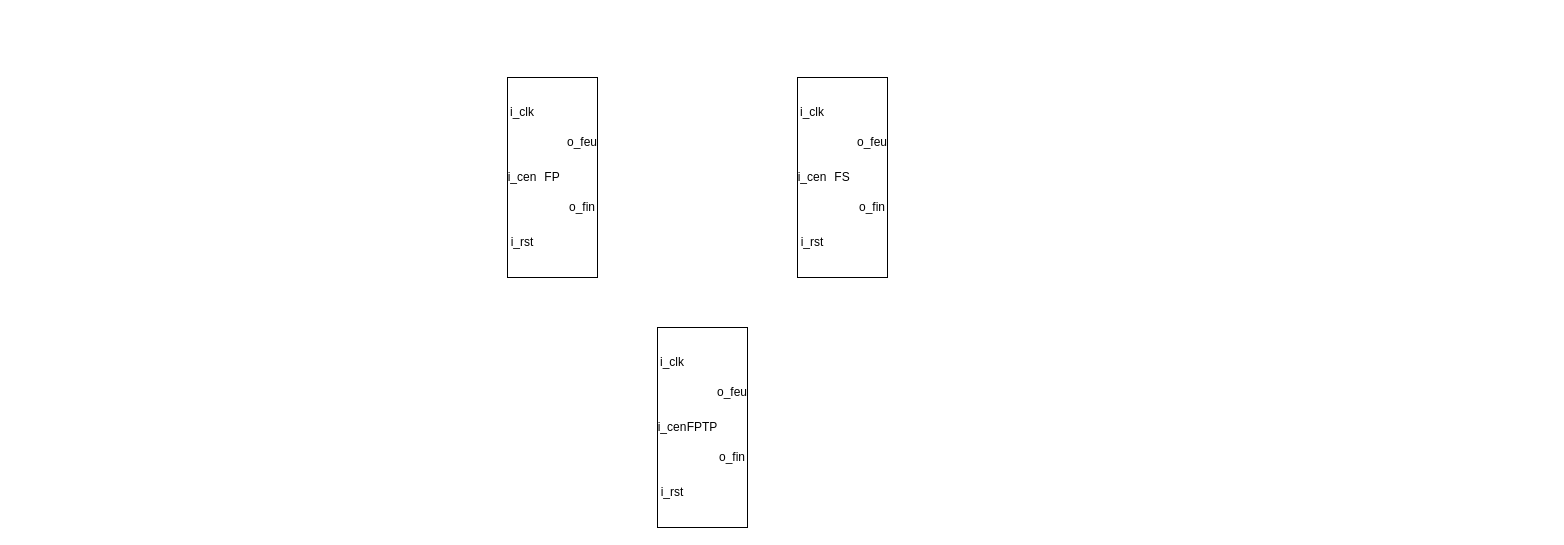
This is RTL_MEF.drawio from JamesFullum/ELE739, a draw.io file, before an edit. Source tidied: cells renumbered, new cells numbered last; positions are measured from the earlier drawing's top-left corner, leaving out a move shared by most shapes. Both pictures are drawn from the tidied source at 100%, with x=0, y=0 at pixel (507, 77).
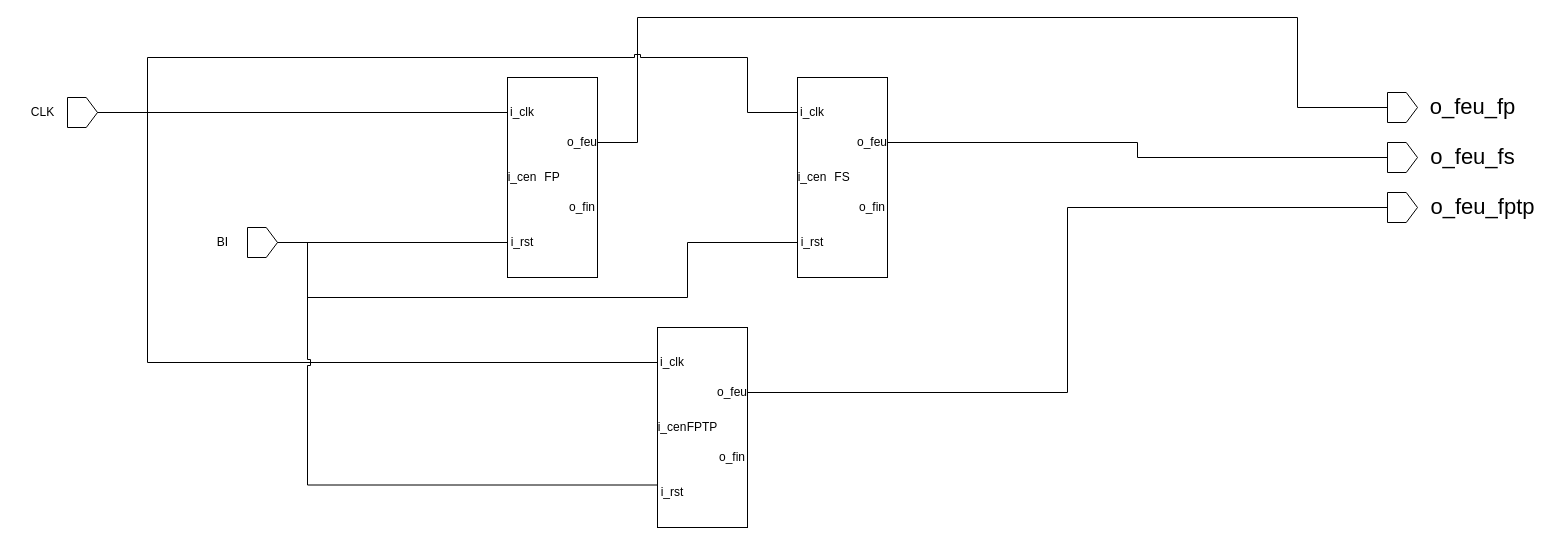
The same page after the edit.

The change refers to these unchanged cells:
```xml
<mxCell id="3" value="i_clk" style="text;html=1;strokeColor=none;fillColor=none;align=center;verticalAlign=middle;whiteSpace=wrap;rounded=0;" parent="1" vertex="1">
  <mxGeometry y="20" width="30" height="30" as="geometry" />
</mxCell>
<mxCell id="5" value="i_rst" style="text;html=1;strokeColor=none;fillColor=none;align=center;verticalAlign=middle;whiteSpace=wrap;rounded=0;" parent="1" vertex="1">
  <mxGeometry y="150" width="30" height="30" as="geometry" />
</mxCell>
<mxCell id="6" value="o_feu" style="text;html=1;strokeColor=none;fillColor=none;align=center;verticalAlign=middle;whiteSpace=wrap;rounded=0;" parent="1" vertex="1">
  <mxGeometry x="60" y="50" width="30" height="30" as="geometry" />
</mxCell>
<mxCell id="9" value="i_clk" style="text;html=1;strokeColor=none;fillColor=none;align=center;verticalAlign=middle;whiteSpace=wrap;rounded=0;" parent="1" vertex="1">
  <mxGeometry x="290" y="20" width="30" height="30" as="geometry" />
</mxCell>
<mxCell id="11" value="i_rst" style="text;html=1;strokeColor=none;fillColor=none;align=center;verticalAlign=middle;whiteSpace=wrap;rounded=0;" parent="1" vertex="1">
  <mxGeometry x="290" y="150" width="30" height="30" as="geometry" />
</mxCell>
<mxCell id="12" value="o_feu" style="text;html=1;strokeColor=none;fillColor=none;align=center;verticalAlign=middle;whiteSpace=wrap;rounded=0;" parent="1" vertex="1">
  <mxGeometry x="350" y="50" width="30" height="30" as="geometry" />
</mxCell>
<mxCell id="15" value="i_clk" style="text;html=1;strokeColor=none;fillColor=none;align=center;verticalAlign=middle;whiteSpace=wrap;rounded=0;" parent="1" vertex="1">
  <mxGeometry x="150" y="270" width="30" height="30" as="geometry" />
</mxCell>
<mxCell id="17" value="i_rst" style="text;html=1;strokeColor=none;fillColor=none;align=center;verticalAlign=middle;whiteSpace=wrap;rounded=0;" parent="1" vertex="1">
  <mxGeometry x="150" y="400" width="30" height="30" as="geometry" />
</mxCell>
<mxCell id="18" value="o_feu" style="text;html=1;strokeColor=none;fillColor=none;align=center;verticalAlign=middle;whiteSpace=wrap;rounded=0;" parent="1" vertex="1">
  <mxGeometry x="210" y="300" width="30" height="30" as="geometry" />
</mxCell>
```

Diff of the diagram source:
```diff
@@
+    <mxCell id="20" style="edgeStyle=orthogonalEdgeStyle;rounded=0;jettySize=auto;html=1;exitX=0;exitY=0.5;exitDx=0;exitDy=0;entryX=0.5;entryY=1;entryDx=0;entryDy=0;endArrow=none;endFill=0;" parent="1" edge="1" source="3" target="27">
+      <mxGeometry relative="1" as="geometry" />
+    </mxCell>
@@
+    <mxCell id="21" style="edgeStyle=orthogonalEdgeStyle;jettySize=auto;html=1;exitX=1;exitY=0.5;exitDx=0;exitDy=0;entryX=0.5;entryY=0;entryDx=0;entryDy=0;rounded=0;curved=0;jumpStyle=sharp;endArrow=none;endFill=0;" parent="1" edge="1" source="6" target="32">
+      <mxGeometry relative="1" as="geometry">
+        <Array as="points">
+          <mxPoint x="130" y="65" />
+          <mxPoint x="130" y="-60" />
+          <mxPoint x="790" y="-60" />
+          <mxPoint x="790" y="30" />
+        </Array>
+      </mxGeometry>
+    </mxCell>
@@
+    <mxCell id="22" style="edgeStyle=orthogonalEdgeStyle;rounded=0;jettySize=auto;html=1;exitX=0;exitY=0.5;exitDx=0;exitDy=0;entryX=0.5;entryY=1;entryDx=0;entryDy=0;endArrow=none;endFill=0;jumpStyle=sharp;" parent="1" edge="1" source="9" target="27">
+      <mxGeometry relative="1" as="geometry">
+        <Array as="points">
+          <mxPoint x="240" y="35" />
+          <mxPoint x="240" y="-20" />
+          <mxPoint x="-360" y="-20" />
+          <mxPoint x="-360" y="35" />
+        </Array>
+      </mxGeometry>
+    </mxCell>
@@
+    <mxCell id="23" style="edgeStyle=orthogonalEdgeStyle;rounded=0;jettySize=auto;html=1;exitX=0;exitY=0.5;exitDx=0;exitDy=0;entryX=0.5;entryY=1;entryDx=0;entryDy=0;endArrow=none;endFill=0;" parent="1" edge="1" source="11" target="30">
+      <mxGeometry relative="1" as="geometry">
+        <Array as="points">
+          <mxPoint x="180" y="165" />
+          <mxPoint x="180" y="220" />
+          <mxPoint x="-200" y="220" />
+          <mxPoint x="-200" y="165" />
+        </Array>
+      </mxGeometry>
+    </mxCell>
@@
+    <mxCell id="24" style="edgeStyle=orthogonalEdgeStyle;jettySize=auto;html=1;exitX=1;exitY=0.5;exitDx=0;exitDy=0;entryX=0.5;entryY=0;entryDx=0;entryDy=0;rounded=0;curved=0;endArrow=none;endFill=0;" parent="1" edge="1" source="12" target="34">
+      <mxGeometry relative="1" as="geometry" />
+    </mxCell>
@@
+    <mxCell id="25" style="edgeStyle=orthogonalEdgeStyle;rounded=0;jettySize=auto;html=1;exitX=0;exitY=0.5;exitDx=0;exitDy=0;entryX=0.5;entryY=1;entryDx=0;entryDy=0;endArrow=none;endFill=0;" parent="1" edge="1" source="15" target="27">
+      <mxGeometry relative="1" as="geometry">
+        <Array as="points">
+          <mxPoint x="-360" y="285" />
+          <mxPoint x="-360" y="35" />
+        </Array>
+      </mxGeometry>
+    </mxCell>
@@
+    <mxCell id="26" style="edgeStyle=orthogonalEdgeStyle;rounded=0;jettySize=auto;html=1;exitX=0;exitY=0.25;exitDx=0;exitDy=0;entryX=0.5;entryY=1;entryDx=0;entryDy=0;endArrow=none;endFill=0;jumpStyle=sharp;" parent="1" edge="1" source="17" target="30">
+      <mxGeometry relative="1" as="geometry">
+        <Array as="points">
+          <mxPoint x="-200" y="408" />
+          <mxPoint x="-200" y="165" />
+        </Array>
+      </mxGeometry>
+    </mxCell>
@@
+    <mxCell id="27" value="&lt;p style=&quot;line-height: 120%;&quot;&gt;&lt;br&gt;&lt;/p&gt;&lt;p style=&quot;line-height: 120%;&quot;&gt;&lt;br&gt;&lt;/p&gt;" style="shape=offPageConnector;whiteSpace=wrap;html=1;rotation=-90;rounded=0;" parent="1" vertex="1">
+      <mxGeometry x="-440" y="20" width="30" height="30" as="geometry" />
+    </mxCell>
+    <mxCell id="28" value="CLK" style="text;html=1;align=center;verticalAlign=middle;strokeColor=none;fillColor=none;rounded=0;" parent="1" vertex="1">
+      <mxGeometry x="-490" y="20" width="50" height="30" as="geometry" />
+    </mxCell>
+    <mxCell id="29" style="edgeStyle=orthogonalEdgeStyle;rounded=0;jettySize=auto;html=1;exitX=0.5;exitY=1;exitDx=0;exitDy=0;entryX=0;entryY=0.5;entryDx=0;entryDy=0;endArrow=none;endFill=0;" parent="1" edge="1" source="30" target="5">
+      <mxGeometry relative="1" as="geometry" />
+    </mxCell>
+    <mxCell id="30" value="&lt;p style=&quot;line-height: 120%;&quot;&gt;&lt;br&gt;&lt;/p&gt;&lt;p style=&quot;line-height: 120%;&quot;&gt;&lt;br&gt;&lt;/p&gt;" style="shape=offPageConnector;whiteSpace=wrap;html=1;rotation=-90;rounded=0;" parent="1" vertex="1">
+      <mxGeometry x="-260" y="150" width="30" height="30" as="geometry" />
+    </mxCell>
+    <mxCell id="31" value="BI" style="text;html=1;align=center;verticalAlign=middle;strokeColor=none;fillColor=none;rounded=0;" parent="1" vertex="1">
+      <mxGeometry x="-300" y="150" width="30" height="30" as="geometry" />
+    </mxCell>
+    <mxCell id="32" value="&lt;p style=&quot;line-height: 120%;&quot;&gt;&lt;br&gt;&lt;/p&gt;&lt;p style=&quot;line-height: 120%;&quot;&gt;&lt;br&gt;&lt;/p&gt;" style="shape=offPageConnector;whiteSpace=wrap;html=1;rotation=-90;" parent="1" vertex="1">
+      <mxGeometry x="880" y="15" width="30" height="30" as="geometry" />
+    </mxCell>
+    <mxCell id="33" value="&lt;font style=&quot;font-size: 22px;&quot;&gt;o_feu_fp&lt;/font&gt;" style="text;html=1;align=center;verticalAlign=middle;strokeColor=none;fillColor=none;" parent="1" vertex="1">
+      <mxGeometry x="910" y="10" width="110" height="40" as="geometry" />
+    </mxCell>
+    <mxCell id="34" value="&lt;p style=&quot;line-height: 120%;&quot;&gt;&lt;br&gt;&lt;/p&gt;&lt;p style=&quot;line-height: 120%;&quot;&gt;&lt;br&gt;&lt;/p&gt;" style="shape=offPageConnector;whiteSpace=wrap;html=1;rotation=-90;" parent="1" vertex="1">
+      <mxGeometry x="880" y="65" width="30" height="30" as="geometry" />
+    </mxCell>
+    <mxCell id="35" value="&lt;font style=&quot;font-size: 22px;&quot;&gt;o_feu_fs&lt;/font&gt;" style="text;html=1;align=center;verticalAlign=middle;strokeColor=none;fillColor=none;" parent="1" vertex="1">
+      <mxGeometry x="910" y="60" width="110" height="40" as="geometry" />
+    </mxCell>
+    <mxCell id="36" style="edgeStyle=orthogonalEdgeStyle;jettySize=auto;html=1;exitX=0.5;exitY=0;exitDx=0;exitDy=0;entryX=1;entryY=0.5;entryDx=0;entryDy=0;rounded=0;curved=0;endArrow=none;endFill=0;" parent="1" edge="1" source="37" target="18">
+      <mxGeometry relative="1" as="geometry" />
+    </mxCell>
+    <mxCell id="37" value="&lt;p style=&quot;line-height: 120%;&quot;&gt;&lt;br&gt;&lt;/p&gt;&lt;p style=&quot;line-height: 120%;&quot;&gt;&lt;br&gt;&lt;/p&gt;" style="shape=offPageConnector;whiteSpace=wrap;html=1;rotation=-90;" parent="1" vertex="1">
+      <mxGeometry x="880" y="115" width="30" height="30" as="geometry" />
+    </mxCell>
+    <mxCell id="38" value="&lt;font style=&quot;font-size: 22px;&quot;&gt;o_feu_fptp&lt;/font&gt;" style="text;html=1;align=center;verticalAlign=middle;strokeColor=none;fillColor=none;" parent="1" vertex="1">
+      <mxGeometry x="910" y="110" width="130" height="40" as="geometry" />
+    </mxCell>
```
